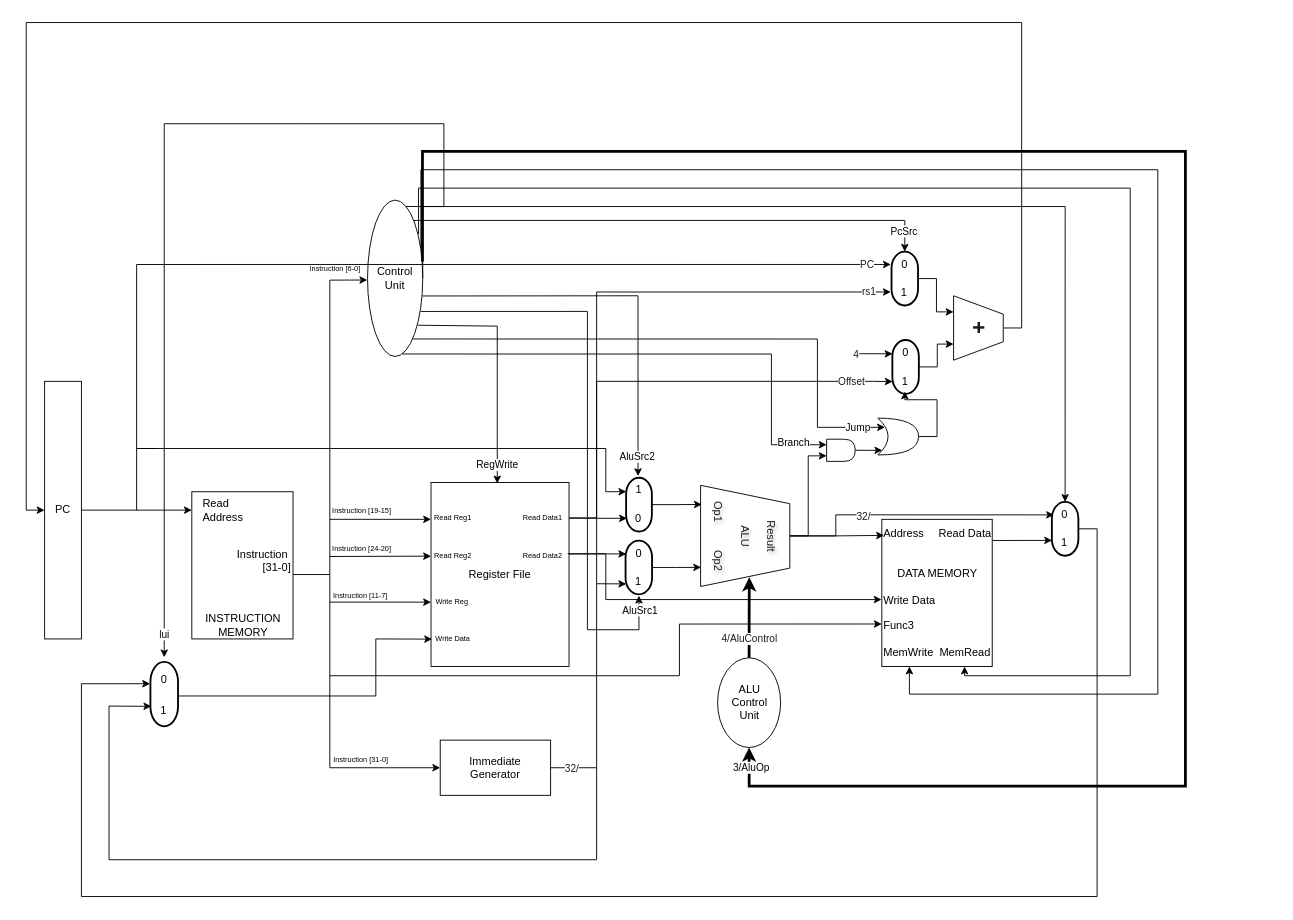
Above: RV32I.drawio in Mac-Huang/RV321-PROCESSOR (draw.io), before the change. Source tidied: cells renumbered, new cells numbered last; positions are measured from the earlier drawing's top-left corner, leaving out a move shared by most shapes. Both pictures are drawn from the tidied source at 92%, with x=0, y=0 at pixel (26, 22).
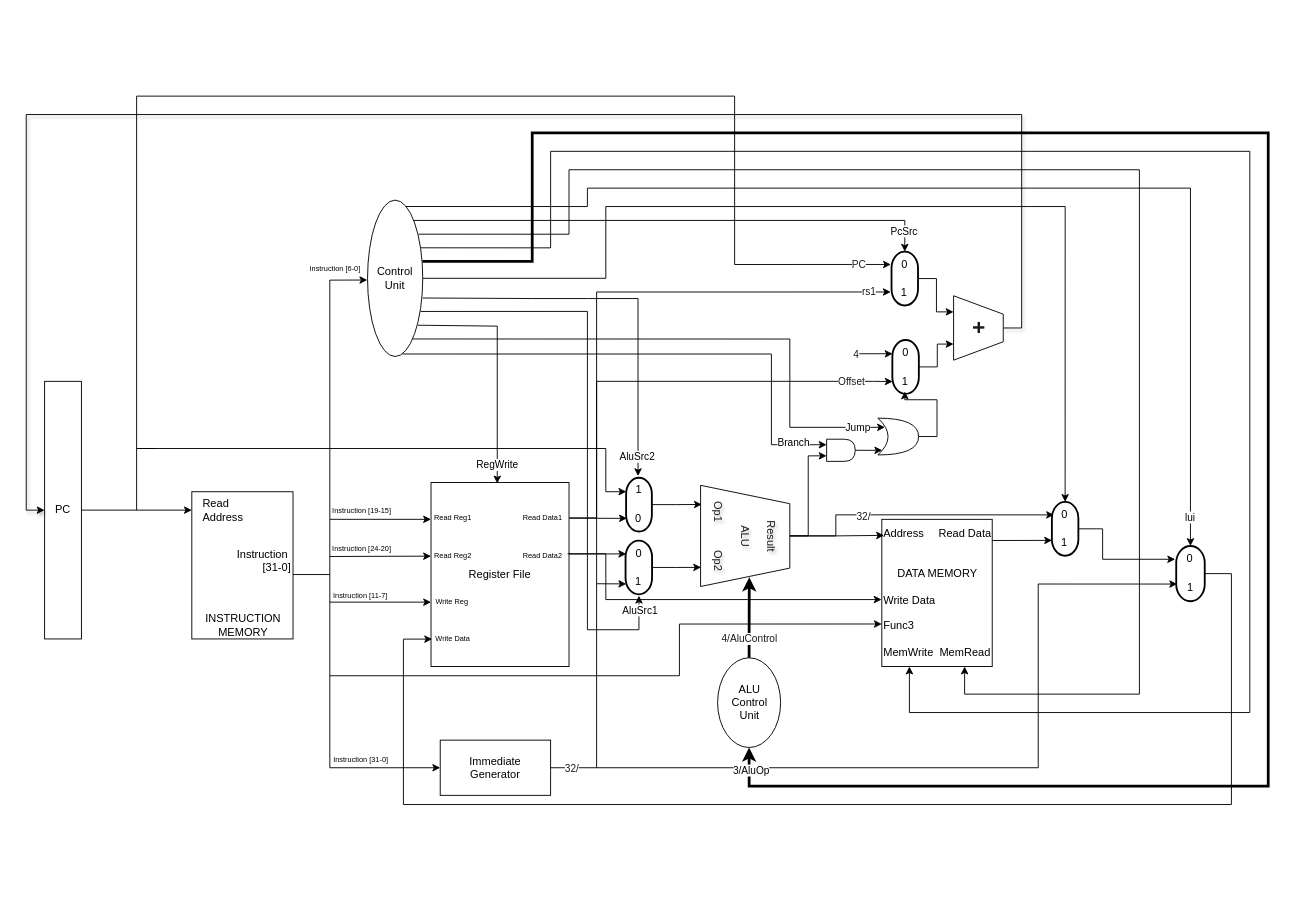
After the change.

Unchanged cells that the change refers to:
```xml
<mxCell id="2" value="PC" style="rounded=0;whiteSpace=wrap;html=1;fontStyle=0;" parent="1" vertex="1">
  <mxGeometry x="20" y="390" width="40" height="280" as="geometry" />
</mxCell>
<mxCell id="9" value="Register File" style="rounded=0;whiteSpace=wrap;html=1;" parent="1" vertex="1">
  <mxGeometry x="440" y="500" width="150" height="200" as="geometry" />
</mxCell>
<mxCell id="18" value="Control&lt;div&gt;Unit&lt;/div&gt;" style="ellipse;whiteSpace=wrap;html=1;" parent="1" vertex="1">
  <mxGeometry x="371" y="193" width="60" height="170" as="geometry" />
</mxCell>
<mxCell id="69" style="strokeWidth=2;html=1;shape=mxgraph.flowchart.terminator;whiteSpace=wrap;rotation=90;" parent="1" vertex="1">
  <mxGeometry x="925.7" y="263.9" width="58.5" height="28.8" as="geometry" />
</mxCell>
<mxCell id="75" value="&lt;font style=&quot;font-size: 24px;&quot;&gt;&lt;b&gt;+&lt;/b&gt;&lt;/font&gt;" style="shape=trapezoid;perimeter=trapezoidPerimeter;whiteSpace=wrap;html=1;fixedSize=1;strokeColor=default;fontColor=#1A1A1A;fillColor=default;rotation=90;" parent="1" vertex="1">
  <mxGeometry x="1000" y="305" width="70" height="54" as="geometry" />
</mxCell>
<mxCell id="76" value="ALU&lt;div&gt;Control&lt;/div&gt;&lt;div&gt;Unit&lt;/div&gt;" style="ellipse;whiteSpace=wrap;html=1;" parent="1" vertex="1">
  <mxGeometry x="751.5" y="690.5" width="68.5" height="97.5" as="geometry" />
</mxCell>
<mxCell id="77" value="Address&lt;span style=&quot;white-space: pre;&quot;&gt;&#9;&lt;/span&gt;&amp;nbsp; Read Data&lt;div&gt;&lt;br&gt;&lt;/div&gt;&lt;div&gt;&lt;br&gt;&lt;/div&gt;&lt;div style=&quot;text-align: center;&quot;&gt;DATA MEMORY&lt;/div&gt;&lt;div style=&quot;text-align: center;&quot;&gt;&lt;br&gt;&lt;/div&gt;&lt;div style=&quot;&quot;&gt;Write Data&lt;/div&gt;&lt;div style=&quot;&quot;&gt;&lt;br&gt;&lt;/div&gt;&lt;div style=&quot;&quot;&gt;Func3&lt;br&gt;&lt;br&gt;&lt;/div&gt;&lt;div style=&quot;&quot;&gt;&lt;font style=&quot;color: light-dark(rgb(0, 0, 0), rgb(204, 102, 0));&quot;&gt;MemWrite&amp;nbsp; MemRead&lt;/font&gt;&lt;/div&gt;" style="rounded=0;whiteSpace=wrap;html=1;align=left;" parent="1" vertex="1">
  <mxGeometry x="930" y="540" width="120" height="160" as="geometry" />
</mxCell>
<mxCell id="79" style="strokeWidth=2;html=1;shape=mxgraph.flowchart.terminator;whiteSpace=wrap;rotation=90;" parent="1" vertex="1">
  <mxGeometry x="1100" y="535.9" width="58.5" height="28.8" as="geometry" />
</mxCell>
<mxCell id="88" style="shape=xor;whiteSpace=wrap;html=1;strokeColor=default;fontColor=#1A1A1A;fillColor=default;" parent="1" vertex="1">
  <mxGeometry x="925.7" y="430" width="44.3" height="40" as="geometry" />
</mxCell>
```

Change to the diagram source:
```diff
@@
-    <mxCell id="21" style="endArrow=classic;html=1;rounded=0;exitX=0.694;exitY=0.041;exitDx=0;exitDy=0;exitPerimeter=0;fontColor=light-dark(#000000,#994C00);strokeColor=light-dark(#000000,#CC6600);" parent="1" edge="1" source="18">
+    <mxCell id="21" style="endArrow=classic;html=1;rounded=0;exitX=0.694;exitY=0.041;exitDx=0;exitDy=0;exitPerimeter=0;fontColor=light-dark(#000000,#994C00);strokeColor=light-dark(#000000,#CC6600);entryX=0;entryY=0.5;entryDx=0;entryDy=0;entryPerimeter=0;edgeStyle=orthogonalEdgeStyle;" parent="1" edge="1" source="18" target="23">
       <mxGeometry relative="1" as="geometry">
-        <mxPoint x="150" y="690" as="targetPoint" />
         <Array as="points">
-          <mxPoint x="454" y="200" />
-          <mxPoint x="454" y="110" />
-          <mxPoint x="300" y="110" />
-          <mxPoint x="150" y="110" />
+          <mxPoint x="610" y="200" />
+          <mxPoint x="610" y="180" />
+          <mxPoint x="1266" y="180" />
         </Array>
       </mxGeometry>
     </mxCell>
@@
     <mxCell id="23" style="strokeWidth=2;html=1;shape=mxgraph.flowchart.terminator;whiteSpace=wrap;rotation=90;" parent="1" vertex="1">
-      <mxGeometry x="115" y="715" width="70" height="30" as="geometry" />
+      <mxGeometry x="1235.5" y="583.5" width="60" height="31" as="geometry" />
     </mxCell>
     <mxCell id="24" value="0" style="text;html=1;whiteSpace=wrap;strokeColor=none;fillColor=none;align=center;verticalAlign=middle;rounded=0;fontColor=light-dark(#000000,#CC6600);" parent="1" vertex="1">
-      <mxGeometry x="140" y="706" width="20" height="16.5" as="geometry" />
+      <mxGeometry x="1255" y="575" width="20" height="16.5" as="geometry" />
     </mxCell>
     <mxCell id="25" value="1" style="text;html=1;whiteSpace=wrap;strokeColor=none;fillColor=none;align=center;verticalAlign=middle;rounded=0;fontColor=light-dark(#000000,#CC6600);" parent="1" vertex="1">
-      <mxGeometry x="140" y="736" width="19" height="23" as="geometry" />
+      <mxGeometry x="1256" y="602" width="19" height="23" as="geometry" />
     </mxCell>
@@
-    <mxCell id="27" style="endArrow=classic;html=1;rounded=0;entryX=0.689;entryY=0.967;entryDx=0;entryDy=0;entryPerimeter=0;" parent="1" edge="1" target="23">
+    <mxCell id="27" style="endArrow=classic;html=1;rounded=0;entryX=0.689;entryY=0.967;entryDx=0;entryDy=0;entryPerimeter=0;edgeStyle=orthogonalEdgeStyle;" parent="1" edge="1" target="23">
       <mxGeometry relative="1" as="geometry">
         <mxPoint x="570" y="810" as="sourcePoint" />
         <Array as="points">
-          <mxPoint x="620" y="810" />
-          <mxPoint x="620" y="910" />
-          <mxPoint x="90" y="910" />
-          <mxPoint x="90" y="743" />
+          <mxPoint x="1100" y="810" />
+          <mxPoint x="1100" y="610" />
+          <mxPoint x="1251" y="610" />
         </Array>
       </mxGeometry>
     </mxCell>
@@
-    <mxCell id="29" style="endArrow=classic;html=1;rounded=0;entryX=0.008;entryY=0.851;entryDx=0;entryDy=0;entryPerimeter=0;" parent="1" edge="1" target="9">
+    <mxCell id="29" style="endArrow=classic;html=1;rounded=0;entryX=0.008;entryY=0.851;entryDx=0;entryDy=0;entryPerimeter=0;edgeStyle=orthogonalEdgeStyle;exitX=0.5;exitY=0;exitDx=0;exitDy=0;exitPerimeter=0;" parent="1" edge="1" source="23" target="9">
       <mxGeometry relative="1" as="geometry">
-        <mxPoint x="165" y="732" as="sourcePoint" />
         <Array as="points">
-          <mxPoint x="380" y="732" />
-          <mxPoint x="380" y="670" />
+          <mxPoint x="1310" y="599" />
+          <mxPoint x="1310" y="850" />
+          <mxPoint x="410" y="850" />
+          <mxPoint x="410" y="670" />
         </Array>
       </mxGeometry>
     </mxCell>
@@
     <mxCell id="36" style="endArrow=classic;html=1;rounded=0;exitX=0.924;exitY=0.218;exitDx=0;exitDy=0;exitPerimeter=0;entryX=0.75;entryY=1;entryDx=0;entryDy=0;edgeStyle=orthogonalEdgeStyle;strokeColor=light-dark(#000000,#CC6600);" parent="1" edge="1" source="18" target="77">
       <mxGeometry relative="1" as="geometry">
         <Array as="points">
-          <mxPoint x="426" y="180" />
-          <mxPoint x="1200" y="180" />
-          <mxPoint x="1200" y="710" />
-          <mxPoint x="1020" y="710" />
+          <mxPoint x="590" y="230" />
+          <mxPoint x="590" y="160" />
+          <mxPoint x="1210" y="160" />
+          <mxPoint x="1210" y="730" />
+          <mxPoint x="1020" y="730" />
         </Array>
       </mxGeometry>
     </mxCell>
     <mxCell id="37" style="endArrow=classic;html=1;rounded=0;exitX=0.966;exitY=0.305;exitDx=0;exitDy=0;exitPerimeter=0;entryX=0.25;entryY=1;entryDx=0;entryDy=0;edgeStyle=orthogonalEdgeStyle;strokeColor=light-dark(#000000,#CC6600);" parent="1" edge="1" source="18" target="77">
       <mxGeometry relative="1" as="geometry">
         <Array as="points">
-          <mxPoint x="429" y="160" />
-          <mxPoint x="1230" y="160" />
-          <mxPoint x="1230" y="730" />
-          <mxPoint x="960" y="730" />
+          <mxPoint x="570" y="245" />
+          <mxPoint x="570" y="140" />
+          <mxPoint x="1330" y="140" />
+          <mxPoint x="1330" y="750" />
+          <mxPoint x="960" y="750" />
         </Array>
       </mxGeometry>
     </mxCell>
     <mxCell id="38" style="endArrow=classic;html=1;rounded=0;exitX=1;exitY=0.5;exitDx=0;exitDy=0;entryX=0;entryY=0.5;entryDx=0;entryDy=0;entryPerimeter=0;edgeStyle=orthogonalEdgeStyle;strokeColor=light-dark(#000000,#CC6600);" parent="1" edge="1" source="18" target="79">
       <mxGeometry relative="1" as="geometry">
         <Array as="points">
-          <mxPoint x="431" y="200" />
+          <mxPoint x="630" y="278" />
+          <mxPoint x="630" y="200" />
           <mxPoint x="1129" y="200" />
         </Array>
       </mxGeometry>
     </mxCell>
     <mxCell id="39" style="endArrow=classic;html=1;rounded=0;exitX=0.995;exitY=0.392;exitDx=0;exitDy=0;exitPerimeter=0;entryX=0.5;entryY=1;entryDx=0;entryDy=0;edgeStyle=orthogonalEdgeStyle;strokeWidth=3;strokeColor=light-dark(#000000,#CC6600);" parent="1" edge="1" source="18" target="76">
       <mxGeometry relative="1" as="geometry">
         <Array as="points">
-          <mxPoint x="431" y="140" />
-          <mxPoint x="1260" y="140" />
-          <mxPoint x="1260" y="830" />
+          <mxPoint x="550" y="260" />
+          <mxPoint x="550" y="120" />
+          <mxPoint x="1350" y="120" />
+          <mxPoint x="1350" y="830" />
           <mxPoint x="786" y="830" />
         </Array>
       </mxGeometry>
     </mxCell>
@@
     <mxCell id="53" style="endArrow=classic;html=1;rounded=0;entryX=0.238;entryY=1.024;entryDx=0;entryDy=0;entryPerimeter=0;edgeStyle=orthogonalEdgeStyle;strokeColor=default;" parent="1" edge="1" target="69">
       <mxGeometry relative="1" as="geometry">
         <mxPoint x="140" y="463" as="sourcePoint" />
         <Array as="points">
           <mxPoint x="120" y="463" />
-          <mxPoint x="120" y="263" />
+          <mxPoint x="120" y="80" />
+          <mxPoint x="770" y="80" />
+          <mxPoint x="770" y="263" />
         </Array>
       </mxGeometry>
     </mxCell>
@@
-    <mxCell id="56" style="endArrow=classic;html=1;rounded=0;exitX=0.996;exitY=0.613;exitDx=0;exitDy=0;exitPerimeter=0;strokeColor=light-dark(#000000,#CC6600);" parent="1" edge="1" source="18">
+    <mxCell id="56" style="endArrow=classic;html=1;rounded=0;exitX=0.999;exitY=0.626;exitDx=0;exitDy=0;exitPerimeter=0;strokeColor=light-dark(#000000,#CC6600);" parent="1" edge="1" source="18">
       <mxGeometry relative="1" as="geometry">
         <mxPoint x="665" y="493" as="targetPoint" />
         <Array as="points">
-          <mxPoint x="665" y="297" />
+          <mxPoint x="550" y="300" />
+          <mxPoint x="610" y="300" />
+          <mxPoint x="665" y="300" />
         </Array>
       </mxGeometry>
     </mxCell>
@@
     <mxCell id="60" style="endArrow=classic;html=1;rounded=0;exitX=0.817;exitY=0.888;exitDx=0;exitDy=0;exitPerimeter=0;edgeStyle=orthogonalEdgeStyle;entryX=0.175;entryY=0.25;entryDx=0;entryDy=0;entryPerimeter=0;strokeColor=light-dark(#000000,#CC6600);" parent="1" edge="1" source="18" target="88">
       <mxGeometry relative="1" as="geometry">
         <Array as="points">
-          <mxPoint x="860" y="344" />
-          <mxPoint x="860" y="440" />
+          <mxPoint x="830" y="344" />
+          <mxPoint x="830" y="440" />
         </Array>
       </mxGeometry>
     </mxCell>
@@
-    <mxCell id="74" style="edgeStyle=orthogonalEdgeStyle;rounded=0;jettySize=auto;html=1;exitX=0.5;exitY=0;exitDx=0;exitDy=0;entryX=0;entryY=0.5;entryDx=0;entryDy=0;strokeColor=default;fontColor=#1A1A1A;" parent="1" edge="1" source="75" target="2">
+    <mxCell id="74" style="edgeStyle=orthogonalEdgeStyle;rounded=0;jettySize=auto;html=1;exitX=0.5;exitY=0;exitDx=0;exitDy=0;entryX=0;entryY=0.5;entryDx=0;entryDy=0;strokeColor=default;fontColor=#1A1A1A;shadow=1;" parent="1" edge="1" source="75" target="2">
       <mxGeometry relative="1" as="geometry">
         <Array as="points">
           <mxPoint x="1082" y="332" />
-          <mxPoint x="1082" />
-          <mxPoint />
+          <mxPoint x="1082" y="100" />
+          <mxPoint y="100" />
           <mxPoint y="530" />
         </Array>
       </mxGeometry>
     </mxCell>
@@
-    <mxCell id="78" style="edgeStyle=orthogonalEdgeStyle;rounded=0;jettySize=auto;html=1;exitX=0.5;exitY=0;exitDx=0;exitDy=0;exitPerimeter=0;strokeColor=default;fontColor=#1A1A1A;entryX=0.338;entryY=1.012;entryDx=0;entryDy=0;entryPerimeter=0;" parent="1" edge="1" source="79" target="23">
+    <mxCell id="78" style="rounded=0;jettySize=auto;html=1;exitX=0.5;exitY=0;exitDx=0;exitDy=0;exitPerimeter=0;strokeColor=default;fontColor=#1A1A1A;entryX=0.24;entryY=1.037;entryDx=0;entryDy=0;entryPerimeter=0;edgeStyle=orthogonalEdgeStyle;" parent="1" edge="1" source="79" target="23">
       <mxGeometry relative="1" as="geometry">
         <Array as="points">
-          <mxPoint x="1164" y="550" />
-          <mxPoint x="1164" y="950" />
-          <mxPoint x="60" y="950" />
-          <mxPoint x="60" y="719" />
+          <mxPoint x="1170" y="550" />
+          <mxPoint x="1170" y="583" />
         </Array>
       </mxGeometry>
     </mxCell>
```
